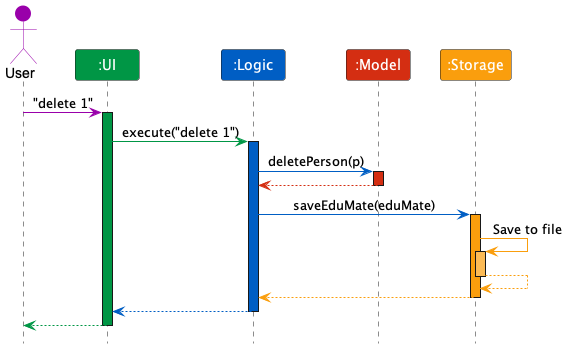
Above: docs/images/ArchitectureSequenceDiagram.png in seanfirefox/tp (PlantUML), before the change. The source it was exported from:
```plantuml
@startuml
!include style.puml

Actor User as user USER_COLOR
Participant ":UI" as ui UI_COLOR
Participant ":Logic" as logic LOGIC_COLOR
Participant ":Model" as model MODEL_COLOR
Participant ":Storage" as storage STORAGE_COLOR

user -[USER_COLOR]> ui : "delete 1"
activate ui UI_COLOR

ui -[UI_COLOR]> logic : execute("delete 1")
activate logic LOGIC_COLOR

logic -[LOGIC_COLOR]> model : deletePerson(p)
activate model MODEL_COLOR

model -[MODEL_COLOR]-> logic
deactivate model

logic -[LOGIC_COLOR]> storage : saveEduMate(eduMate)
activate storage STORAGE_COLOR

storage -[STORAGE_COLOR]> storage : Save to file
activate storage STORAGE_COLOR_LIGHT
storage --[STORAGE_COLOR]> storage
deactivate storage

storage --[STORAGE_COLOR]> logic
deactivate storage

logic --[LOGIC_COLOR]> ui
deactivate logic

ui--[UI_COLOR]> user
deactivate ui
@enduml
```
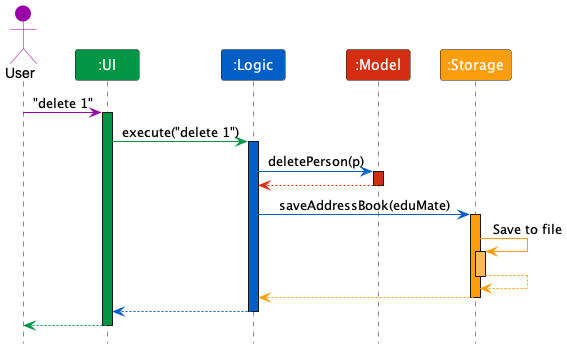
The same file after the commit.

What changed in the source:
```diff
@@ -19,7 +19,7 @@
 model -[MODEL_COLOR]-> logic
 deactivate model
 
-logic -[LOGIC_COLOR]> storage : saveEduMate(eduMate)
+logic -[LOGIC_COLOR]> storage : saveAddressBook(eduMate)
 activate storage STORAGE_COLOR
 
 storage -[STORAGE_COLOR]> storage : Save to file
```
